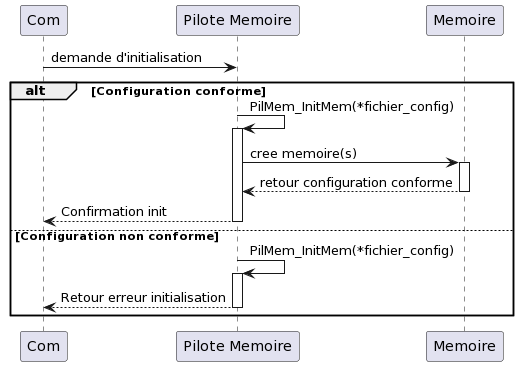
Bird0Ut/PGE_SME keeps this PlantUML diagram as pilote/sequence_config_memoire.png. Above is the earlier version.
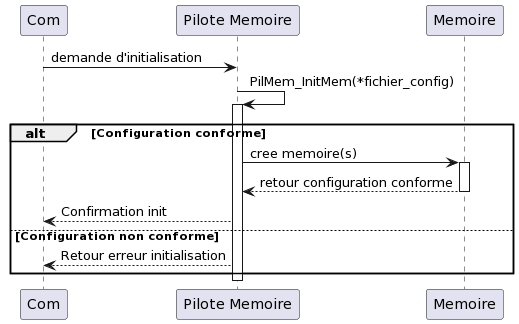
After the change.

What changed in the source:
```diff
@@ -5,20 +5,17 @@
 
 com -> MemoryDriver : demande d'initialisation
 
+MemoryDriver -> MemoryDriver : PilMem_InitMem(*fichier_config)
+activate MemoryDriver
+
 alt Configuration conforme
-    MemoryDriver -> MemoryDriver : PilMem_InitMem(*fichier_config)
-    activate MemoryDriver
     MemoryDriver -> mem : cree memoire(s)
     activate mem
     mem --> MemoryDriver : retour configuration conforme
     deactivate mem
     MemoryDriver --> com : Confirmation init
-    deactivate MemoryDriver
 else Configuration non conforme
-    MemoryDriver -> MemoryDriver : PilMem_InitMem(*fichier_config)
-    activate MemoryDriver
     MemoryDriver --> com : Retour erreur initialisation
-    deactivate MemoryDriver
 end
-
+deactivate MemoryDriver
 @enduml
```
